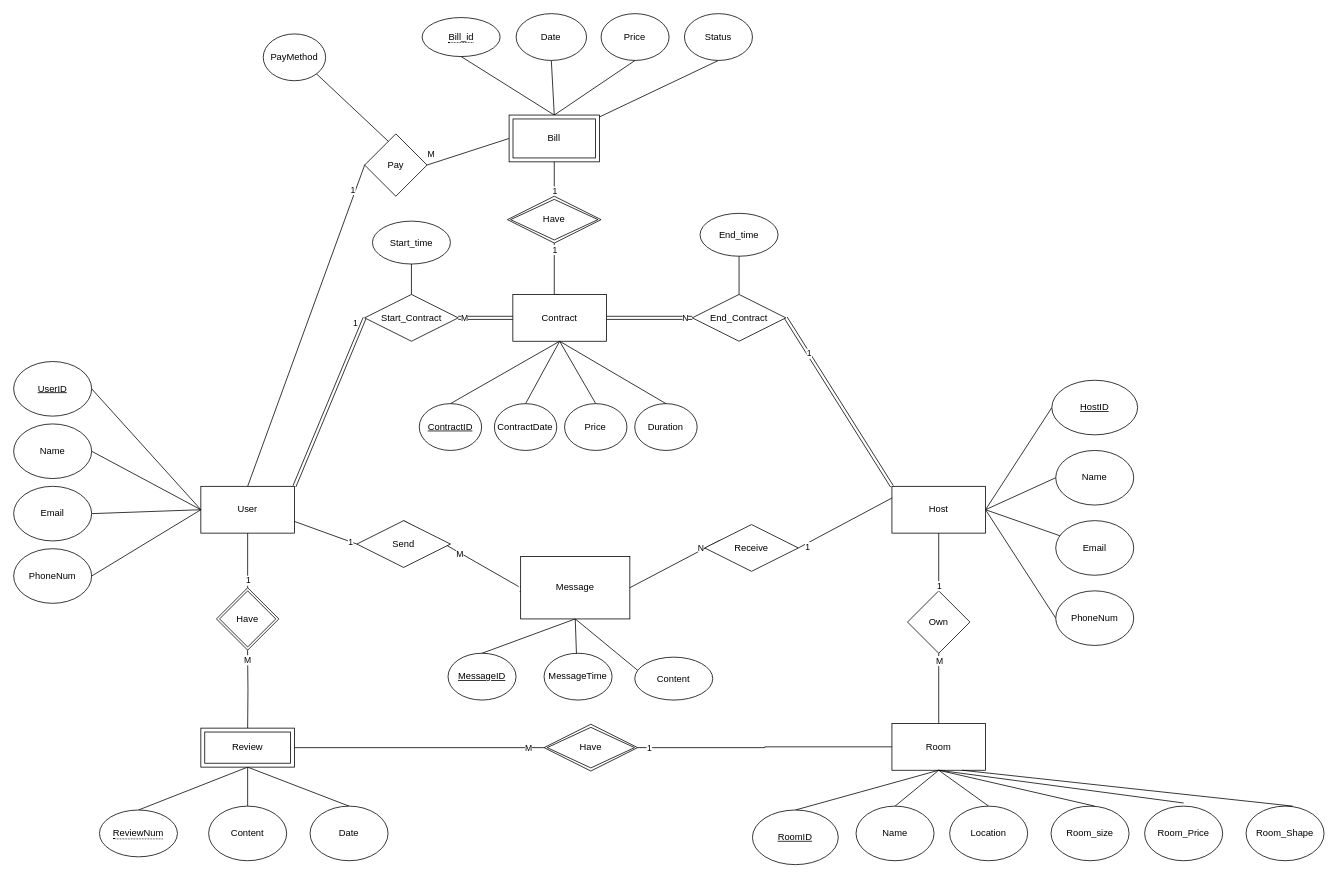
The draw.io diagram page "ERD" (1 of 3) of test.drawio in NKIWI0310/Database_TermProject, before the edit. Source tidied: cells renumbered, new cells numbered last; positions are measured from the earlier drawing's top-left corner, leaving out a move shared by most shapes. Both pictures are drawn from the tidied source at 78%, with x=0, y=0 at pixel (13, 13).
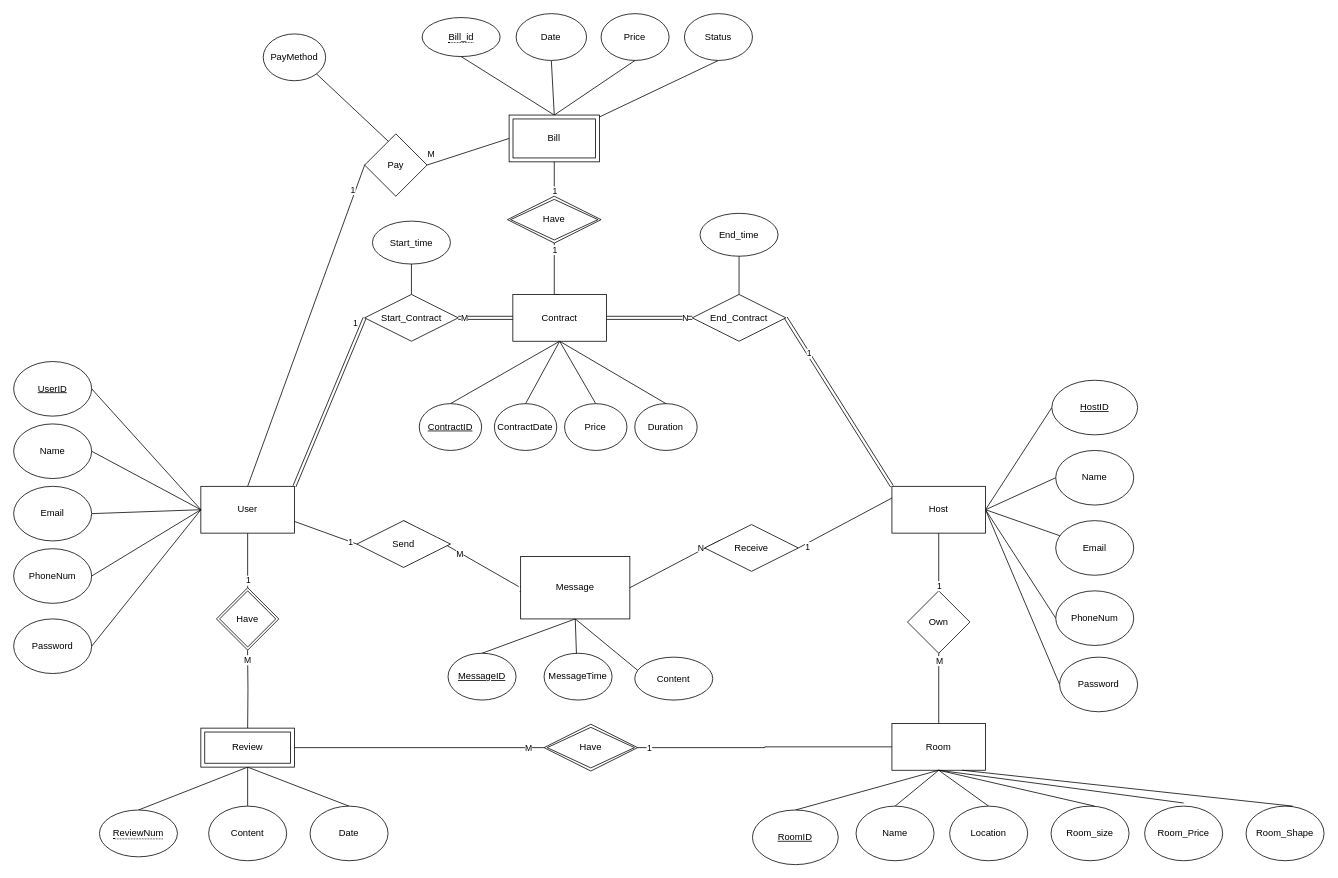
The same diagram, later.

Unchanged cells that the change refers to:
```xml
<mxCell id="9" value="User" style="rounded=0;whiteSpace=wrap;html=1;" parent="1" vertex="1">
  <mxGeometry x="240" y="606" width="120" height="60" as="geometry" />
</mxCell>
<mxCell id="44" value="Host" style="rounded=0;whiteSpace=wrap;html=1;" parent="1" vertex="1">
  <mxGeometry x="1126" y="606" width="120" height="60" as="geometry" />
</mxCell>
```

Change to the diagram source:
```diff
@@
+    <mxCell id="117" style="edgeStyle=none;shape=connector;rounded=0;jettySize=auto;html=1;exitX=1;exitY=0.5;exitDx=0;exitDy=0;entryX=0;entryY=0.5;entryDx=0;entryDy=0;labelBackgroundColor=default;strokeColor=default;align=center;verticalAlign=middle;fontFamily=Helvetica;fontSize=11;fontColor=default;endArrow=none;endFill=0;" parent="1" edge="1" source="44" target="120">
+      <mxGeometry relative="1" as="geometry" />
+    </mxCell>
@@
+    <mxCell id="118" style="edgeStyle=none;shape=connector;rounded=0;jettySize=auto;html=1;exitX=1;exitY=0.5;exitDx=0;exitDy=0;entryX=0;entryY=0.5;entryDx=0;entryDy=0;labelBackgroundColor=default;strokeColor=default;align=center;verticalAlign=middle;fontFamily=Helvetica;fontSize=11;fontColor=default;endArrow=none;endFill=0;" parent="1" edge="1" source="119" target="9">
+      <mxGeometry relative="1" as="geometry" />
+    </mxCell>
+    <mxCell id="119" value="Password" style="ellipse;whiteSpace=wrap;html=1;" parent="1" vertex="1">
+      <mxGeometry y="776" width="100" height="70" as="geometry" />
+    </mxCell>
+    <mxCell id="120" value="Password" style="ellipse;whiteSpace=wrap;html=1;" parent="1" vertex="1">
+      <mxGeometry x="1341" y="825" width="100" height="70" as="geometry" />
+    </mxCell>
```
